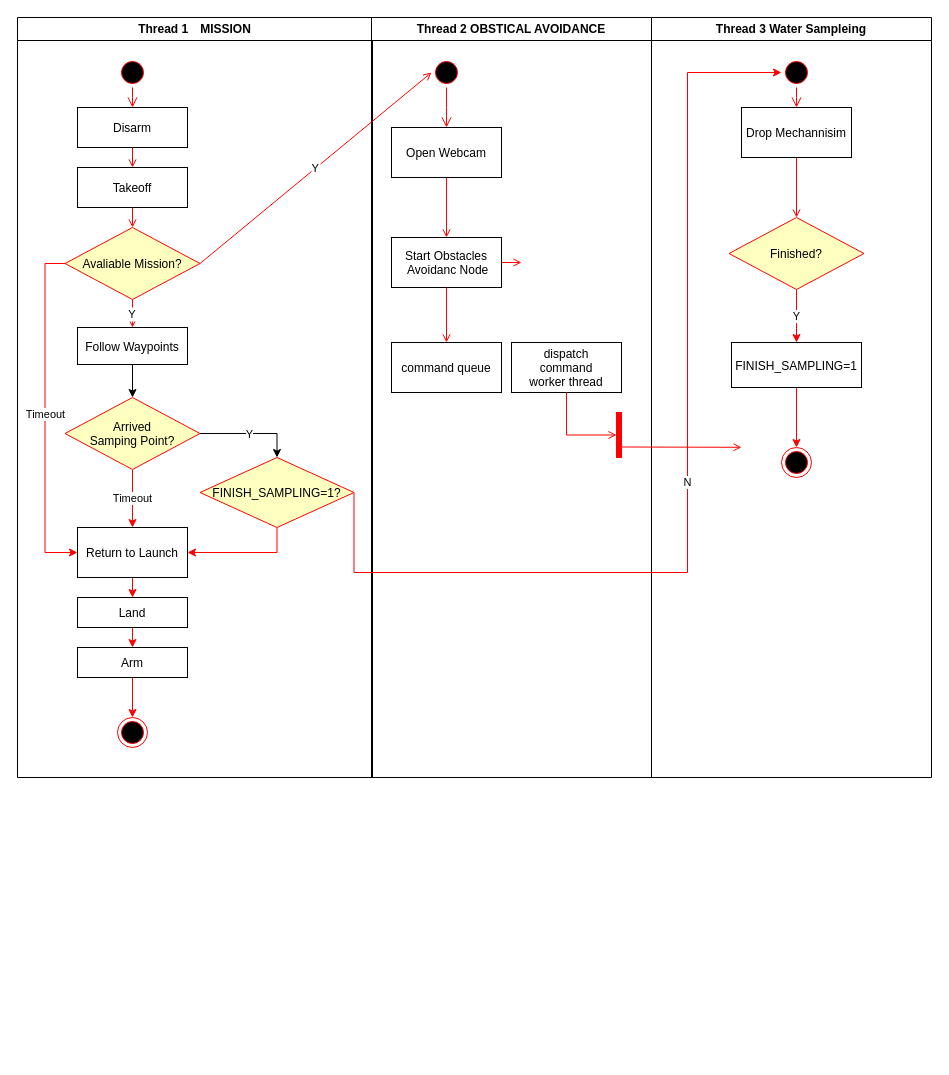
Before: ｔｒｉｄｅｎｔ.drawio in RoboDD/my-flow-chart, a draw.io diagram. Source tidied: cells renumbered, new cells numbered last; positions are measured from the earlier drawing's top-left corner, leaving out a move shared by most shapes. Both pictures are drawn from the tidied source at 100%, with x=0, y=0 at pixel (17, 17).
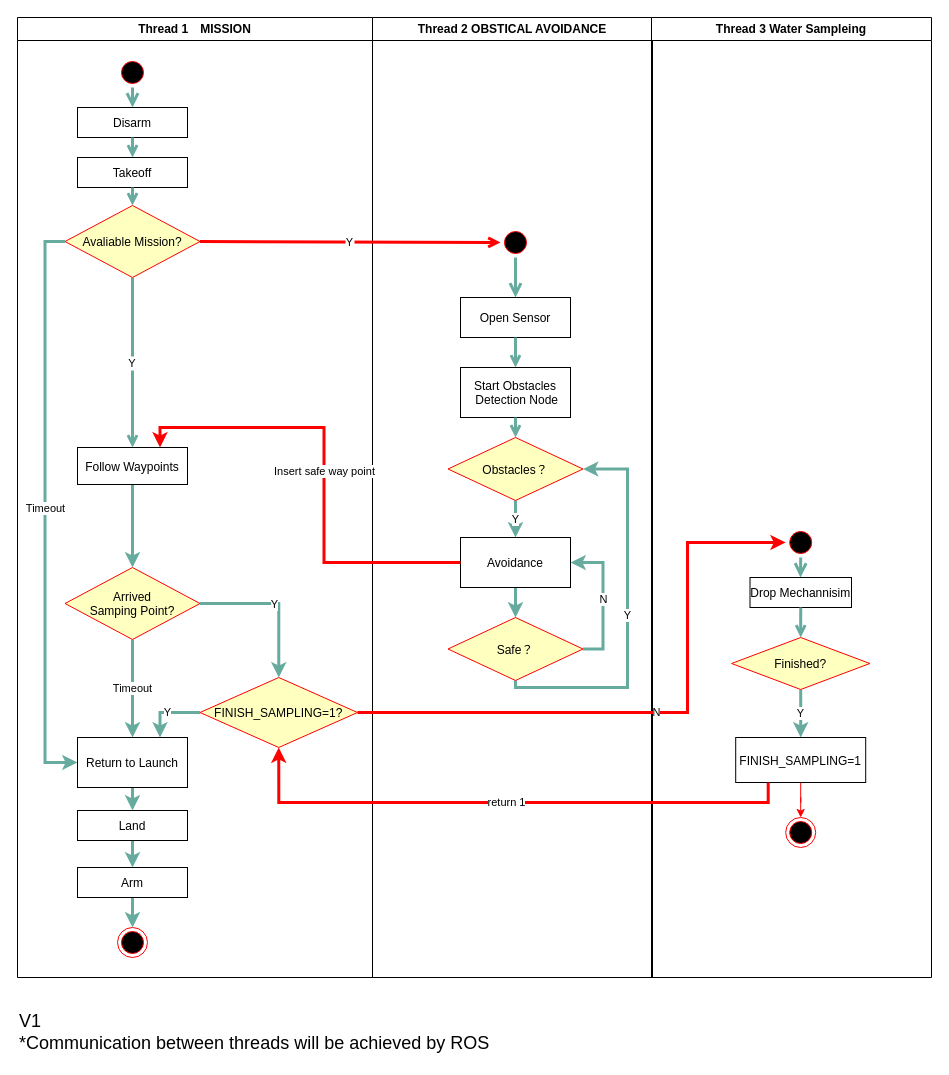
The same diagram, later.

The change refers to these unchanged cells:
```xml
<mxCell id="3" style="ellipse;shape=startState;fillColor=#000000;strokeColor=#ff0000;" parent="2" vertex="1">
  <mxGeometry x="100" y="40" width="30" height="30" as="geometry" />
</mxCell>
```

Diff of the diagram source:
```diff
@@
     <mxCell id="2" value="Thread 1　MISSION" style="swimlane;whiteSpace=wrap;" parent="1" vertex="1">
-      <mxGeometry width="355" height="760" as="geometry" />
+      <mxGeometry width="355" height="960" as="geometry" />
     </mxCell>
@@
-    <mxCell id="4" style="edgeStyle=elbowEdgeStyle;elbow=horizontal;verticalAlign=bottom;endArrow=open;endSize=8;strokeColor=#FF0000;endFill=1;rounded=0;" parent="2" edge="1" source="3" target="5">
+    <mxCell id="4" style="edgeStyle=elbowEdgeStyle;elbow=horizontal;verticalAlign=bottom;endArrow=open;endSize=8;endFill=1;rounded=0;strokeColor=#67AB9F;strokeWidth=3;" parent="2" edge="1" source="3" target="5">
       <mxGeometry x="100" y="40" as="geometry" />
     </mxCell>
     <mxCell id="5" value="Disarm" parent="2" vertex="1">
-      <mxGeometry x="60" y="90" width="110" height="40" as="geometry" />
+      <mxGeometry x="60" y="90" width="110" height="30" as="geometry" />
     </mxCell>
     <mxCell id="6" value="Takeoff" parent="2" vertex="1">
-      <mxGeometry x="60" y="150" width="110" height="40" as="geometry" />
+      <mxGeometry x="60" y="140" width="110" height="30" as="geometry" />
     </mxCell>
-    <mxCell id="7" style="endArrow=open;strokeColor=#FF0000;endFill=1;rounded=0;" parent="2" edge="1" source="5" target="6">
+    <mxCell id="7" style="endArrow=open;endFill=1;rounded=0;strokeColor=#67AB9F;strokeWidth=3;" parent="2" edge="1" source="5" target="6">
       <mxGeometry relative="1" as="geometry" />
     </mxCell>
-    <mxCell id="8" style="endArrow=open;strokeColor=#FF0000;endFill=1;rounded=0;entryX=0.5;entryY=0;entryDx=0;entryDy=0;" parent="2" edge="1" source="6" target="13">
+    <mxCell id="8" style="endArrow=open;endFill=1;rounded=0;entryX=0.5;entryY=0;entryDx=0;entryDy=0;strokeColor=#67AB9F;strokeWidth=3;" parent="2" edge="1" source="6" target="13">
       <mxGeometry relative="1" as="geometry" />
     </mxCell>
-    <mxCell id="9" style="edgeStyle=orthogonalEdgeStyle;rounded=0;jettySize=auto;html=1;exitX=0.5;exitY=1;exitDx=0;exitDy=0;entryX=0.5;entryY=0;entryDx=0;entryDy=0;" parent="2" edge="1" source="10" target="17">
+    <mxCell id="9" style="edgeStyle=orthogonalEdgeStyle;rounded=0;jettySize=auto;html=1;exitX=0.5;exitY=1;exitDx=0;exitDy=0;entryX=0.5;entryY=0;entryDx=0;entryDy=0;strokeColor=#67AB9F;strokeWidth=3;" parent="2" edge="1" source="10" target="17">
       <mxGeometry relative="1" as="geometry" />
     </mxCell>
     <mxCell id="10" value="Follow Waypoints" parent="2" vertex="1">
-      <mxGeometry x="60" y="310" width="110" height="37" as="geometry" />
+      <mxGeometry x="60" y="430" width="110" height="37" as="geometry" />
     </mxCell>
-    <mxCell id="11" value="Y" style="endArrow=open;strokeColor=#FF0000;endFill=1;rounded=0;exitX=0.5;exitY=1;exitDx=0;exitDy=0;" parent="2" edge="1" source="13" target="10">
+    <mxCell id="11" value="Y" style="endArrow=open;endFill=1;rounded=0;exitX=0.5;exitY=1;exitDx=0;exitDy=0;strokeColor=#67AB9F;strokeWidth=3;" parent="2" edge="1" source="13" target="10">
       <mxGeometry relative="1" as="geometry" />
     </mxCell>
-    <mxCell id="12" value="Timeout" style="edgeStyle=orthogonalEdgeStyle;rounded=0;jettySize=auto;html=1;exitX=0;exitY=0.5;exitDx=0;exitDy=0;entryX=0;entryY=0.5;entryDx=0;entryDy=0;strokeColor=#FF0000;" parent="2" edge="1" source="13" target="19">
+    <mxCell id="12" value="Timeout" style="edgeStyle=orthogonalEdgeStyle;rounded=0;jettySize=auto;html=1;exitX=0;exitY=0.5;exitDx=0;exitDy=0;entryX=0;entryY=0.5;entryDx=0;entryDy=0;strokeColor=#67AB9F;strokeWidth=3;" parent="2" edge="1" source="13" target="19">
       <mxGeometry relative="1" as="geometry" />
     </mxCell>
     <mxCell id="13" value="Avaliable Mission?" style="rhombus;fillColor=#ffffc0;strokeColor=#ff0000;" parent="2" vertex="1">
-      <mxGeometry x="47.5" y="210" width="135" height="72" as="geometry" />
+      <mxGeometry x="47.5" y="188" width="135" height="72" as="geometry" />
     </mxCell>
-    <mxCell id="14" style="edgeStyle=orthogonalEdgeStyle;rounded=0;jettySize=auto;html=1;exitX=1;exitY=0.5;exitDx=0;exitDy=0;entryX=0.5;entryY=0;entryDx=0;entryDy=0;" parent="2" edge="1" source="17" target="21">
+    <mxCell id="14" style="edgeStyle=orthogonalEdgeStyle;rounded=0;jettySize=auto;html=1;exitX=1;exitY=0.5;exitDx=0;exitDy=0;entryX=0.5;entryY=0;entryDx=0;entryDy=0;strokeColor=#67AB9F;strokeWidth=3;" parent="2" edge="1" source="17" target="21">
       <mxGeometry relative="1" as="geometry" />
     </mxCell>
@@
-    <mxCell id="16" value="Timeout" style="edgeStyle=orthogonalEdgeStyle;rounded=0;jettySize=auto;html=1;exitX=0.5;exitY=1;exitDx=0;exitDy=0;strokeColor=#FF0000;" parent="2" edge="1" source="17" target="19">
+    <mxCell id="16" value="Timeout" style="edgeStyle=orthogonalEdgeStyle;rounded=0;jettySize=auto;html=1;exitX=0.5;exitY=1;exitDx=0;exitDy=0;strokeWidth=3;strokeColor=#67AB9F;" parent="2" edge="1" source="17" target="19">
       <mxGeometry relative="1" as="geometry" />
     </mxCell>
     <mxCell id="17" value="Arrived &#10;Samping Point?" style="rhombus;fillColor=#ffffc0;strokeColor=#ff0000;" parent="2" vertex="1">
-      <mxGeometry x="47.5" y="380" width="135" height="72" as="geometry" />
+      <mxGeometry x="47.5" y="550" width="135" height="72" as="geometry" />
     </mxCell>
-    <mxCell id="18" style="edgeStyle=orthogonalEdgeStyle;rounded=0;jettySize=auto;html=1;exitX=0.5;exitY=1;exitDx=0;exitDy=0;strokeColor=#FF0000;entryX=0.5;entryY=0;entryDx=0;entryDy=0;" parent="2" edge="1" source="19" target="26">
+    <mxCell id="18" style="edgeStyle=orthogonalEdgeStyle;rounded=0;jettySize=auto;html=1;exitX=0.5;exitY=1;exitDx=0;exitDy=0;entryX=0.5;entryY=0;entryDx=0;entryDy=0;strokeColor=#67AB9F;strokeWidth=3;" parent="2" edge="1" source="19" target="26">
       <mxGeometry relative="1" as="geometry" />
     </mxCell>
     <mxCell id="19" value="Return to Launch" parent="2" vertex="1">
-      <mxGeometry x="60" y="510" width="110" height="50" as="geometry" />
+      <mxGeometry x="60" y="720" width="110" height="50" as="geometry" />
     </mxCell>
-    <mxCell id="20" style="edgeStyle=orthogonalEdgeStyle;rounded=0;jettySize=auto;html=1;exitX=0.5;exitY=1;exitDx=0;exitDy=0;entryX=1;entryY=0.5;entryDx=0;entryDy=0;strokeColor=#FF0000;" parent="2" edge="1" source="21" target="19">
+    <mxCell id="20" value="Y" style="edgeStyle=orthogonalEdgeStyle;rounded=0;jettySize=auto;html=1;exitX=0;exitY=0.5;exitDx=0;exitDy=0;entryX=0.75;entryY=0;entryDx=0;entryDy=0;strokeWidth=3;strokeColor=#67AB9F;" parent="2" edge="1" source="21" target="19">
       <mxGeometry relative="1" as="geometry" />
     </mxCell>
     <mxCell id="21" value="FINISH_SAMPLING=1?" style="rhombus;fillColor=#ffffc0;strokeColor=#ff0000;" parent="2" vertex="1">
-      <mxGeometry x="182.5" y="440" width="154" height="70" as="geometry" />
+      <mxGeometry x="182.5" y="660" width="157.5" height="70" as="geometry" />
     </mxCell>
     <mxCell id="22" style="ellipse;shape=endState;fillColor=#000000;strokeColor=#ff0000;" parent="2" vertex="1">
-      <mxGeometry x="100" y="700" width="30" height="30" as="geometry" />
+      <mxGeometry x="100" y="910" width="30" height="30" as="geometry" />
     </mxCell>
-    <mxCell id="23" style="edgeStyle=orthogonalEdgeStyle;rounded=0;jettySize=auto;html=1;exitX=0.5;exitY=1;exitDx=0;exitDy=0;strokeColor=#FF0000;" parent="2" edge="1" source="24" target="22">
+    <mxCell id="23" style="edgeStyle=orthogonalEdgeStyle;rounded=0;jettySize=auto;html=1;exitX=0.5;exitY=1;exitDx=0;exitDy=0;strokeColor=#67AB9F;strokeWidth=3;" parent="2" edge="1" source="24" target="22">
       <mxGeometry relative="1" as="geometry" />
     </mxCell>
     <mxCell id="24" value="Arm" parent="2" vertex="1">
-      <mxGeometry x="60" y="630" width="110" height="30" as="geometry" />
+      <mxGeometry x="60" y="850" width="110" height="30" as="geometry" />
     </mxCell>
-    <mxCell id="25" style="edgeStyle=orthogonalEdgeStyle;rounded=0;jettySize=auto;html=1;exitX=0.5;exitY=1;exitDx=0;exitDy=0;entryX=0.5;entryY=0;entryDx=0;entryDy=0;strokeColor=#FF0000;" parent="2" edge="1" source="26" target="24">
+    <mxCell id="25" style="edgeStyle=orthogonalEdgeStyle;rounded=0;jettySize=auto;html=1;exitX=0.5;exitY=1;exitDx=0;exitDy=0;entryX=0.5;entryY=0;entryDx=0;entryDy=0;strokeColor=#67AB9F;strokeWidth=3;" parent="2" edge="1" source="26" target="24">
       <mxGeometry relative="1" as="geometry" />
     </mxCell>
     <mxCell id="26" value="Land" parent="2" vertex="1">
-      <mxGeometry x="60" y="580" width="110" height="30" as="geometry" />
+      <mxGeometry x="60" y="793" width="110" height="30" as="geometry" />
     </mxCell>
     <mxCell id="27" value="Thread 2 OBSTICAL AVOIDANCE" style="swimlane;whiteSpace=wrap;" parent="1" vertex="1">
-      <mxGeometry x="354" width="280" height="760" as="geometry" />
+      <mxGeometry x="355" width="280" height="960" as="geometry" />
     </mxCell>
     <mxCell id="28" style="ellipse;shape=startState;fillColor=#000000;strokeColor=#ff0000;" parent="27" vertex="1">
-      <mxGeometry x="60" y="40" width="30" height="30" as="geometry" />
+      <mxGeometry x="128" y="210" width="30" height="30" as="geometry" />
     </mxCell>
-    <mxCell id="29" style="edgeStyle=elbowEdgeStyle;elbow=horizontal;verticalAlign=bottom;endArrow=open;endSize=8;strokeColor=#FF0000;endFill=1;rounded=0;" parent="27" edge="1" source="28" target="30">
-      <mxGeometry x="40" y="20" as="geometry" />
+    <mxCell id="29" style="edgeStyle=elbowEdgeStyle;elbow=horizontal;verticalAlign=bottom;endArrow=open;endSize=8;endFill=1;rounded=0;strokeColor=#67AB9F;strokeWidth=3;" parent="27" edge="1" source="28" target="30">
+      <mxGeometry x="108" y="190" as="geometry" />
     </mxCell>
-    <mxCell id="30" value="Open Webcam" parent="27" vertex="1">
-      <mxGeometry x="20" y="110" width="110" height="50" as="geometry" />
+    <mxCell id="30" value="Open Sensor" parent="27" vertex="1">
+      <mxGeometry x="88" y="280" width="110" height="40" as="geometry" />
     </mxCell>
-    <mxCell id="31" value="Start Obstacles&#10; Avoidanc Node" parent="27" vertex="1">
-      <mxGeometry x="20" y="220" width="110" height="50" as="geometry" />
+    <mxCell id="31" value="Start Obstacles&#10; Detection Node" parent="27" vertex="1">
+      <mxGeometry x="88" y="350" width="110" height="50" as="geometry" />
     </mxCell>
-    <mxCell id="32" style="endArrow=open;strokeColor=#FF0000;endFill=1;rounded=0;" parent="27" edge="1" source="30" target="31">
+    <mxCell id="32" style="endArrow=open;endFill=1;rounded=0;strokeColor=#67AB9F;strokeWidth=3;" parent="27" edge="1" source="30" target="31">
       <mxGeometry relative="1" as="geometry" />
     </mxCell>
-    <mxCell id="33" value="command queue" parent="27" vertex="1">
-      <mxGeometry x="20" y="325" width="110" height="50" as="geometry" />
-    </mxCell>
-    <mxCell id="34" style="endArrow=open;strokeColor=#FF0000;endFill=1;rounded=0;" parent="27" edge="1" source="31" target="33">
+    <mxCell id="34" style="endArrow=open;endFill=1;rounded=0;entryX=0.5;entryY=0;entryDx=0;entryDy=0;strokeColor=#67AB9F;strokeWidth=3;" parent="27" edge="1" source="31" target="53">
       <mxGeometry relative="1" as="geometry" />
     </mxCell>
-    <mxCell id="35" style="endArrow=open;strokeColor=#FF0000;endFill=1;rounded=0;" parent="27" edge="1" source="31">
-      <mxGeometry relative="1" as="geometry">
-        <mxPoint x="150" y="245" as="targetPoint" />
-      </mxGeometry>
-    </mxCell>
-    <mxCell id="36" value="dispatch&#10;command&#10;worker thread" parent="27" vertex="1">
-      <mxGeometry x="140" y="325" width="110" height="50" as="geometry" />
-    </mxCell>
-    <mxCell id="37" style="whiteSpace=wrap;strokeColor=#FF0000;fillColor=#FF0000;" parent="27" vertex="1">
-      <mxGeometry x="245" y="395" width="5" height="45" as="geometry" />
-    </mxCell>
-    <mxCell id="38" style="edgeStyle=elbowEdgeStyle;elbow=horizontal;entryX=0;entryY=0.5;strokeColor=#FF0000;endArrow=open;endFill=1;rounded=0;" parent="27" edge="1" source="36" target="37">
-      <mxGeometry relative="1" as="geometry">
-        <Array as="points">
-          <mxPoint x="195" y="400" />
-        </Array>
-      </mxGeometry>
-    </mxCell>
+    <mxCell id="52" value="Y" style="edgeStyle=orthogonalEdgeStyle;rounded=0;jettySize=auto;html=1;exitX=0.5;exitY=1;exitDx=0;exitDy=0;entryX=0.5;entryY=0;entryDx=0;entryDy=0;strokeColor=#67AB9F;strokeWidth=3;" parent="27" edge="1" source="53" target="56">
+      <mxGeometry relative="1" as="geometry" />
+    </mxCell>
+    <mxCell id="53" value="Obstacles？" style="rhombus;fillColor=#ffffc0;strokeColor=#ff0000;" parent="27" vertex="1">
+      <mxGeometry x="75.5" y="420" width="135" height="63" as="geometry" />
+    </mxCell>
+    <mxCell id="54" value="Y" style="edgeStyle=orthogonalEdgeStyle;rounded=0;jettySize=auto;html=1;exitX=0.5;exitY=1;exitDx=0;exitDy=0;entryX=1;entryY=0.5;entryDx=0;entryDy=0;strokeColor=#67AB9F;strokeWidth=3;" parent="27" edge="1" source="58" target="53">
+      <mxGeometry relative="1" as="geometry">
+        <Array as="points">
+          <mxPoint x="143" y="670" />
+          <mxPoint x="255" y="670" />
+          <mxPoint x="255" y="452" />
+        </Array>
+      </mxGeometry>
+    </mxCell>
+    <mxCell id="55" style="edgeStyle=orthogonalEdgeStyle;rounded=0;jettySize=auto;html=1;exitX=0.5;exitY=1;exitDx=0;exitDy=0;entryX=0.5;entryY=0;entryDx=0;entryDy=0;strokeColor=#67AB9F;strokeWidth=3;" parent="27" edge="1" source="56" target="58">
+      <mxGeometry relative="1" as="geometry" />
+    </mxCell>
+    <mxCell id="56" value="Avoidance" parent="27" vertex="1">
+      <mxGeometry x="88" y="520" width="110" height="50" as="geometry" />
+    </mxCell>
+    <mxCell id="57" value="N" style="edgeStyle=orthogonalEdgeStyle;rounded=0;jettySize=auto;html=1;exitX=1;exitY=0.5;exitDx=0;exitDy=0;entryX=1;entryY=0.5;entryDx=0;entryDy=0;strokeColor=#67AB9F;strokeWidth=3;" parent="27" edge="1" source="58" target="56">
+      <mxGeometry relative="1" as="geometry" />
+    </mxCell>
+    <mxCell id="58" value="Safe？" style="rhombus;fillColor=#ffffc0;strokeColor=#ff0000;" parent="27" vertex="1">
+      <mxGeometry x="75.5" y="600" width="135" height="63" as="geometry" />
+    </mxCell>
     <mxCell id="39" value="Thread 3 Water Sampleing" style="swimlane;whiteSpace=wrap;" parent="1" vertex="1">
-      <mxGeometry x="634" width="280" height="760" as="geometry" />
+      <mxGeometry x="634" width="280" height="960" as="geometry" />
     </mxCell>
-    <mxCell id="40" style="edgeStyle=none;strokeColor=#FF0000;endArrow=open;endFill=1;rounded=0;" parent="39" edge="1">
-      <mxGeometry relative="1" as="geometry">
-        <mxPoint x="-30" y="429.5" as="sourcePoint" />
-        <mxPoint x="90" y="429.8" as="targetPoint" />
-      </mxGeometry>
-    </mxCell>
     <mxCell id="41" style="ellipse;shape=endState;fillColor=#000000;strokeColor=#ff0000;" parent="39" vertex="1">
-      <mxGeometry x="130" y="430" width="30" height="30" as="geometry" />
+      <mxGeometry x="134.2" y="800" width="30" height="30" as="geometry" />
     </mxCell>
     <mxCell id="42" style="ellipse;shape=startState;fillColor=#000000;strokeColor=#ff0000;" parent="39" vertex="1">
-      <mxGeometry x="130" y="40" width="30" height="30" as="geometry" />
+      <mxGeometry x="134.2" y="510" width="30" height="30" as="geometry" />
     </mxCell>
-    <mxCell id="43" style="edgeStyle=elbowEdgeStyle;elbow=horizontal;verticalAlign=bottom;endArrow=open;endSize=8;strokeColor=#FF0000;endFill=1;rounded=0;" parent="39" edge="1" source="42" target="44">
-      <mxGeometry x="-35" y="-10" as="geometry" />
+    <mxCell id="43" style="edgeStyle=elbowEdgeStyle;elbow=horizontal;verticalAlign=bottom;endArrow=open;endSize=8;endFill=1;rounded=0;entryX=0.5;entryY=0;entryDx=0;entryDy=0;strokeWidth=3;strokeColor=#67AB9F;" parent="39" edge="1" source="42" target="44">
+      <mxGeometry x="-26.5" y="460" as="geometry" />
     </mxCell>
     <mxCell id="44" value="Drop Mechannisim" parent="39" vertex="1">
-      <mxGeometry x="90" y="90" width="110" height="50" as="geometry" />
+      <mxGeometry x="98.5" y="560" width="101.5" height="30" as="geometry" />
     </mxCell>
-    <mxCell id="45" style="endArrow=open;strokeColor=#FF0000;endFill=1;rounded=0;entryX=0.5;entryY=0;entryDx=0;entryDy=0;" parent="39" edge="1" source="44" target="47">
+    <mxCell id="45" style="endArrow=open;endFill=1;rounded=0;entryX=0.5;entryY=0;entryDx=0;entryDy=0;strokeWidth=3;strokeColor=#67AB9F;" parent="39" edge="1" source="44" target="47">
       <mxGeometry relative="1" as="geometry" />
     </mxCell>
-    <mxCell id="46" value="Y" style="edgeStyle=orthogonalEdgeStyle;rounded=0;jettySize=auto;html=1;exitX=0.5;exitY=1;exitDx=0;exitDy=0;entryX=0.5;entryY=0;entryDx=0;entryDy=0;strokeColor=#FF0000;" parent="39" edge="1" source="47" target="49">
+    <mxCell id="46" value="Y" style="edgeStyle=orthogonalEdgeStyle;rounded=0;jettySize=auto;html=1;exitX=0.5;exitY=1;exitDx=0;exitDy=0;entryX=0.5;entryY=0;entryDx=0;entryDy=0;strokeWidth=3;strokeColor=#67AB9F;" parent="39" edge="1" source="47" target="49">
       <mxGeometry relative="1" as="geometry" />
     </mxCell>
     <mxCell id="47" value="Finished?" style="rhombus;fillColor=#ffffc0;strokeColor=#ff0000;" parent="39" vertex="1">
-      <mxGeometry x="77.5" y="200" width="135" height="72" as="geometry" />
+      <mxGeometry x="80.1" y="620" width="138.2" height="52" as="geometry" />
     </mxCell>
@@
     <mxCell id="49" value="FINISH_SAMPLING=1" parent="39" vertex="1">
-      <mxGeometry x="80" y="325" width="130" height="45" as="geometry" />
+      <mxGeometry x="84.2" y="720" width="130" height="45" as="geometry" />
     </mxCell>
-    <mxCell id="50" value="Y" style="endArrow=open;strokeColor=#FF0000;endFill=1;rounded=0;exitX=1;exitY=0.5;exitDx=0;exitDy=0;entryX=0;entryY=0.5;entryDx=0;entryDy=0;" parent="1" edge="1" source="13" target="28">
+    <mxCell id="50" value="Y" style="endArrow=open;endFill=1;rounded=0;exitX=1;exitY=0.5;exitDx=0;exitDy=0;entryX=0;entryY=0.5;entryDx=0;entryDy=0;strokeColor=#FF0000;strokeWidth=3;" parent="1" edge="1" source="13" target="28">
       <mxGeometry relative="1" as="geometry" />
     </mxCell>
-    <mxCell id="51" value="N" style="edgeStyle=orthogonalEdgeStyle;rounded=0;jettySize=auto;html=1;exitX=1;exitY=0.5;exitDx=0;exitDy=0;entryX=0;entryY=0.5;entryDx=0;entryDy=0;fillColor=#f8cecc;strokeColor=#FF0000;" parent="1" edge="1" source="21" target="42">
+    <mxCell id="51" value="N" style="edgeStyle=orthogonalEdgeStyle;rounded=0;jettySize=auto;html=1;exitX=1;exitY=0.5;exitDx=0;exitDy=0;entryX=0;entryY=0.5;entryDx=0;entryDy=0;fillColor=#f8cecc;strokeColor=#FF0000;strokeWidth=3;" parent="1" edge="1" source="21" target="42">
       <mxGeometry relative="1" as="geometry">
         <Array as="points">
-          <mxPoint x="670" y="555" />
-          <mxPoint x="670" y="55" />
+          <mxPoint x="670" y="695" />
+          <mxPoint x="670" y="525" />
         </Array>
       </mxGeometry>
     </mxCell>
+    <mxCell id="59" value="return 1" style="edgeStyle=orthogonalEdgeStyle;rounded=0;jettySize=auto;html=1;exitX=0.25;exitY=1;exitDx=0;exitDy=0;entryX=0.5;entryY=1;entryDx=0;entryDy=0;strokeColor=#FF0000;strokeWidth=3;" parent="1" edge="1" source="49" target="21">
+      <mxGeometry relative="1" as="geometry" />
+    </mxCell>
+    <mxCell id="60" value="Insert safe way point" style="edgeStyle=orthogonalEdgeStyle;rounded=0;jettySize=auto;html=1;exitX=0;exitY=0.5;exitDx=0;exitDy=0;entryX=0.75;entryY=0;entryDx=0;entryDy=0;strokeColor=#FF0000;strokeWidth=3;" parent="1" edge="1" source="56" target="10">
+      <mxGeometry relative="1" as="geometry" />
+    </mxCell>
+    <mxCell id="61" value="V1&lt;br style=&quot;font-size: 18px;&quot;&gt;*Communication between threads will be achieved by ROS" style="text;html=1;strokeColor=none;fillColor=none;align=left;verticalAlign=middle;whiteSpace=wrap;rounded=0;fontSize=18;" parent="1" vertex="1">
+      <mxGeometry y="990" width="530" height="50" as="geometry" />
+    </mxCell>
```
